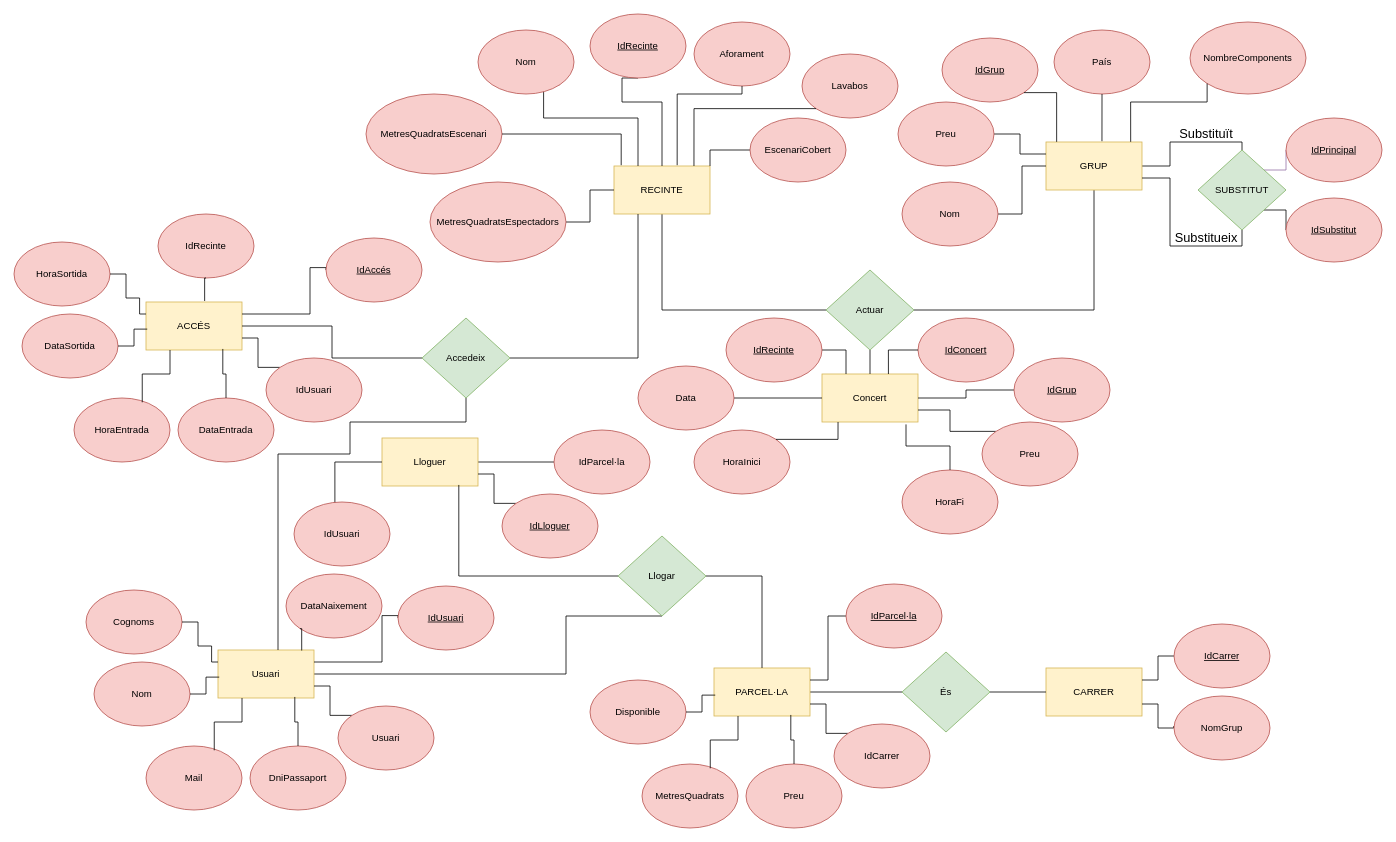
The draw.io diagram DissenyDDBB.drawio in Snr1s3/DissenyDDBB, before the edit. Source tidied: cells renumbered, new cells numbered last; positions are measured from the earlier drawing's top-left corner, leaving out a move shared by most shapes. Both pictures are drawn from the tidied source at 80%, with x=0, y=0 at pixel (14, 14).
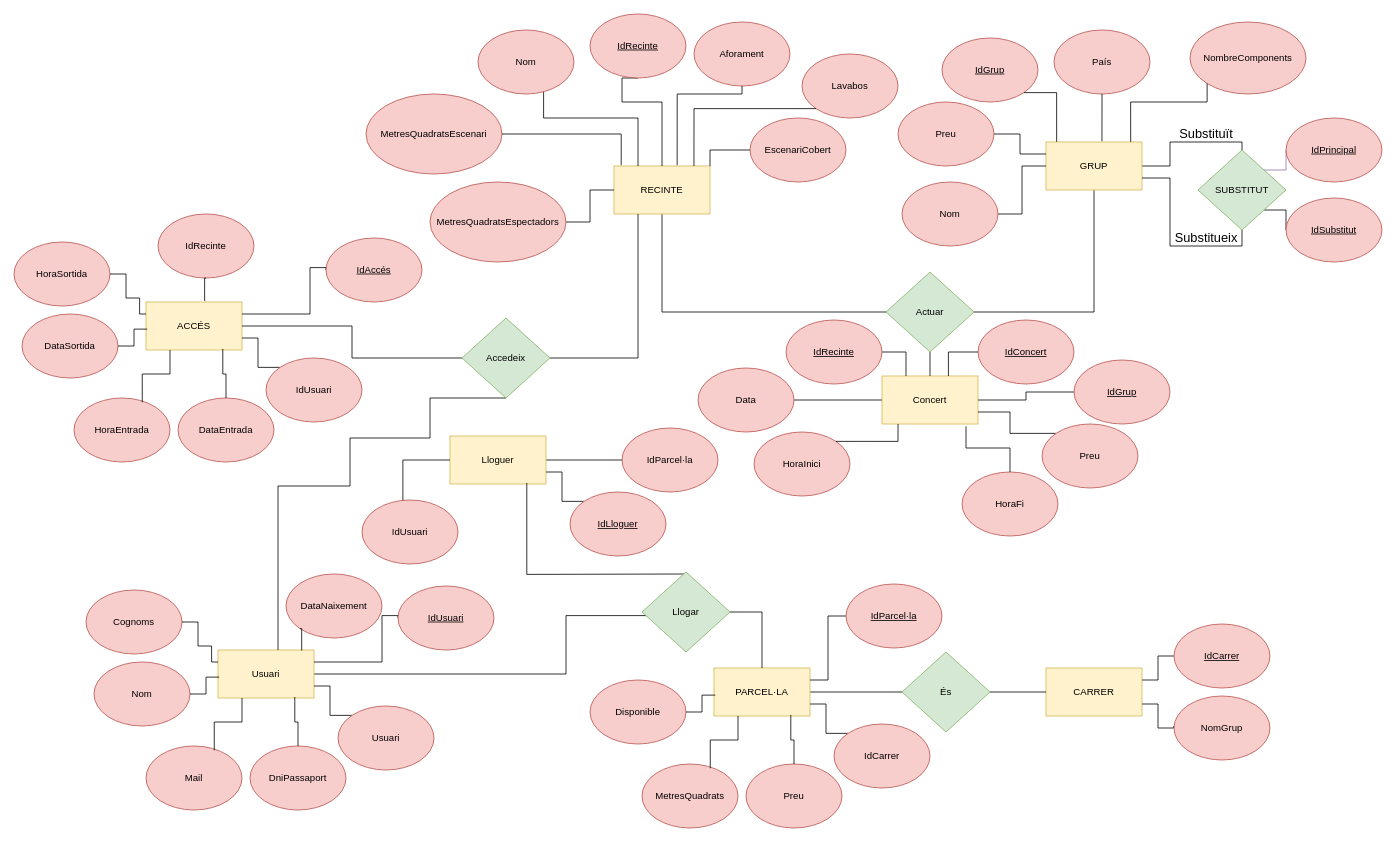
The same page after the edit.

The change refers to these unchanged cells:
```xml
<mxCell id="76" value="Usuari" style="rounded=0;whiteSpace=wrap;html=1;fillColor=#fff2cc;strokeColor=#d6b656;" parent="1" vertex="1">
  <mxGeometry x="255" y="795" width="120" height="60" as="geometry" />
</mxCell>
```

Change to the diagram source:
```diff
@@
     <mxCell id="39" value="Concert" style="rounded=0;whiteSpace=wrap;html=1;fillColor=#fff2cc;strokeColor=#d6b656;" parent="1" vertex="1">
-      <mxGeometry x="1010" y="450" width="120" height="60" as="geometry" />
+      <mxGeometry x="1085" y="452.5" width="120" height="60" as="geometry" />
     </mxCell>
@@
     <mxCell id="41" value="Actuar" style="rhombus;whiteSpace=wrap;html=1;fillColor=#d5e8d4;strokeColor=#82b366;" parent="1" vertex="1">
-      <mxGeometry x="1015" y="320" width="110" height="100" as="geometry" />
+      <mxGeometry x="1090" y="322.5" width="110" height="100" as="geometry" />
     </mxCell>
     <mxCell id="42" value="&lt;u&gt;IdConcert&lt;/u&gt;" style="ellipse;whiteSpace=wrap;html=1;fillColor=#f8cecc;strokeColor=#b85450;" parent="1" vertex="1">
-      <mxGeometry x="1130" y="380" width="120" height="80" as="geometry" />
+      <mxGeometry x="1205" y="382.5" width="120" height="80" as="geometry" />
     </mxCell>
@@
     <mxCell id="44" value="&lt;u&gt;IdGrup&lt;/u&gt;" style="ellipse;whiteSpace=wrap;html=1;fillColor=#f8cecc;strokeColor=#b85450;" parent="1" vertex="1">
-      <mxGeometry x="1250" y="430" width="120" height="80" as="geometry" />
+      <mxGeometry x="1325" y="432.5" width="120" height="80" as="geometry" />
     </mxCell>
@@
     <mxCell id="46" value="&lt;u&gt;IdRecinte&lt;/u&gt;" style="ellipse;whiteSpace=wrap;html=1;fillColor=#f8cecc;strokeColor=#b85450;" parent="1" vertex="1">
-      <mxGeometry x="890" y="380" width="120" height="80" as="geometry" />
+      <mxGeometry x="965" y="382.5" width="120" height="80" as="geometry" />
     </mxCell>
@@
     <mxCell id="48" value="Data" style="ellipse;whiteSpace=wrap;html=1;fillColor=#f8cecc;strokeColor=#b85450;" parent="1" vertex="1">
-      <mxGeometry x="780" y="440" width="120" height="80" as="geometry" />
+      <mxGeometry x="855" y="442.5" width="120" height="80" as="geometry" />
     </mxCell>
     <mxCell id="49" value="HoraInici" style="ellipse;whiteSpace=wrap;html=1;fillColor=#f8cecc;strokeColor=#b85450;" parent="1" vertex="1">
-      <mxGeometry x="850" y="520" width="120" height="80" as="geometry" />
+      <mxGeometry x="925" y="522.5" width="120" height="80" as="geometry" />
     </mxCell>
     <mxCell id="50" value="HoraFi" style="ellipse;whiteSpace=wrap;html=1;fillColor=#f8cecc;strokeColor=#b85450;" parent="1" vertex="1">
-      <mxGeometry x="1110" y="570" width="120" height="80" as="geometry" />
+      <mxGeometry x="1185" y="572.5" width="120" height="80" as="geometry" />
     </mxCell>
@@
     <mxCell id="52" value="Preu" style="ellipse;whiteSpace=wrap;html=1;fillColor=#f8cecc;strokeColor=#b85450;" parent="1" vertex="1">
-      <mxGeometry x="1210" y="510" width="120" height="80" as="geometry" />
+      <mxGeometry x="1285" y="512.5" width="120" height="80" as="geometry" />
     </mxCell>
@@
     <mxCell id="90" value="Lloguer" style="rounded=0;whiteSpace=wrap;html=1;fillColor=#fff2cc;strokeColor=#d6b656;" parent="1" vertex="1">
-      <mxGeometry x="460" y="530" width="120" height="60" as="geometry" />
+      <mxGeometry x="545" y="527.5" width="120" height="60" as="geometry" />
     </mxCell>
     <mxCell id="91" style="edgeStyle=orthogonalEdgeStyle;rounded=0;jettySize=auto;html=1;exitX=0;exitY=0;exitDx=0;exitDy=0;entryX=1;entryY=0.75;entryDx=0;entryDy=0;endArrow=none;endFill=0;" parent="1" edge="1" source="92" target="90">
       <mxGeometry relative="1" as="geometry">
         <Array as="points">
-          <mxPoint x="600" y="612" />
-          <mxPoint x="600" y="575" />
+          <mxPoint x="685" y="609.5" />
+          <mxPoint x="685" y="572.5" />
         </Array>
       </mxGeometry>
     </mxCell>
     <mxCell id="92" value="&lt;u&gt;IdLloguer&lt;/u&gt;" style="ellipse;whiteSpace=wrap;html=1;fillColor=#f8cecc;strokeColor=#b85450;" parent="1" vertex="1">
-      <mxGeometry x="610" y="600" width="120" height="80" as="geometry" />
+      <mxGeometry x="695" y="597.5" width="120" height="80" as="geometry" />
     </mxCell>
-    <mxCell id="93" style="edgeStyle=orthogonalEdgeStyle;rounded=0;jettySize=auto;html=1;exitX=0;exitY=0.5;exitDx=0;exitDy=0;entryX=0.8;entryY=0.978;entryDx=0;entryDy=0;entryPerimeter=0;endArrow=none;endFill=0;" parent="1" edge="1" source="98" target="90">
-      <mxGeometry relative="1" as="geometry" />
+    <mxCell id="93" style="edgeStyle=orthogonalEdgeStyle;rounded=0;jettySize=auto;html=1;exitX=0;exitY=0.5;exitDx=0;exitDy=0;entryX=0.8;entryY=0.978;entryDx=0;entryDy=0;entryPerimeter=0;endArrow=none;endFill=0;" parent="1" edge="1" target="90">
+      <mxGeometry relative="1" as="geometry">
+        <mxPoint x="840" y="700" as="sourcePoint" />
+      </mxGeometry>
     </mxCell>
@@
     <mxCell id="95" value="IdParcel·la" style="ellipse;whiteSpace=wrap;html=1;fillColor=#f8cecc;strokeColor=#b85450;" parent="1" vertex="1">
-      <mxGeometry x="675" y="520" width="120" height="80" as="geometry" />
+      <mxGeometry x="760" y="517.5" width="120" height="80" as="geometry" />
     </mxCell>
     <mxCell id="96" value="IdUsuari" style="ellipse;whiteSpace=wrap;html=1;fillColor=#f8cecc;strokeColor=#b85450;" parent="1" vertex="1">
-      <mxGeometry x="350" y="610" width="120" height="80" as="geometry" />
+      <mxGeometry x="435" y="607.5" width="120" height="80" as="geometry" />
     </mxCell>
@@
     <mxCell id="98" value="Llogar" style="rhombus;whiteSpace=wrap;html=1;fillColor=#d5e8d4;strokeColor=#82b366;" parent="1" vertex="1">
-      <mxGeometry x="755" y="652.5" width="110" height="100" as="geometry" />
+      <mxGeometry x="785" y="697.5" width="110" height="100" as="geometry" />
     </mxCell>
@@
     <mxCell id="118" style="edgeStyle=orthogonalEdgeStyle;rounded=0;jettySize=auto;html=1;exitX=0.5;exitY=1;exitDx=0;exitDy=0;endArrow=none;endFill=0;" parent="1" edge="1" source="119" target="76">
       <mxGeometry relative="1" as="geometry">
         <Array as="points">
-          <mxPoint x="565" y="510" />
-          <mxPoint x="420" y="510" />
-          <mxPoint x="420" y="550" />
-          <mxPoint x="330" y="550" />
+          <mxPoint x="520" y="480" />
+          <mxPoint x="520" y="530" />
+          <mxPoint x="420" y="530" />
+          <mxPoint x="420" y="590" />
+          <mxPoint x="330" y="590" />
         </Array>
       </mxGeometry>
     </mxCell>
     <mxCell id="119" value="Accedeix" style="rhombus;whiteSpace=wrap;html=1;fillColor=#d5e8d4;strokeColor=#82b366;" parent="1" vertex="1">
-      <mxGeometry x="510" y="380" width="110" height="100" as="geometry" />
+      <mxGeometry x="560" y="380" width="110" height="100" as="geometry" />
     </mxCell>
```
